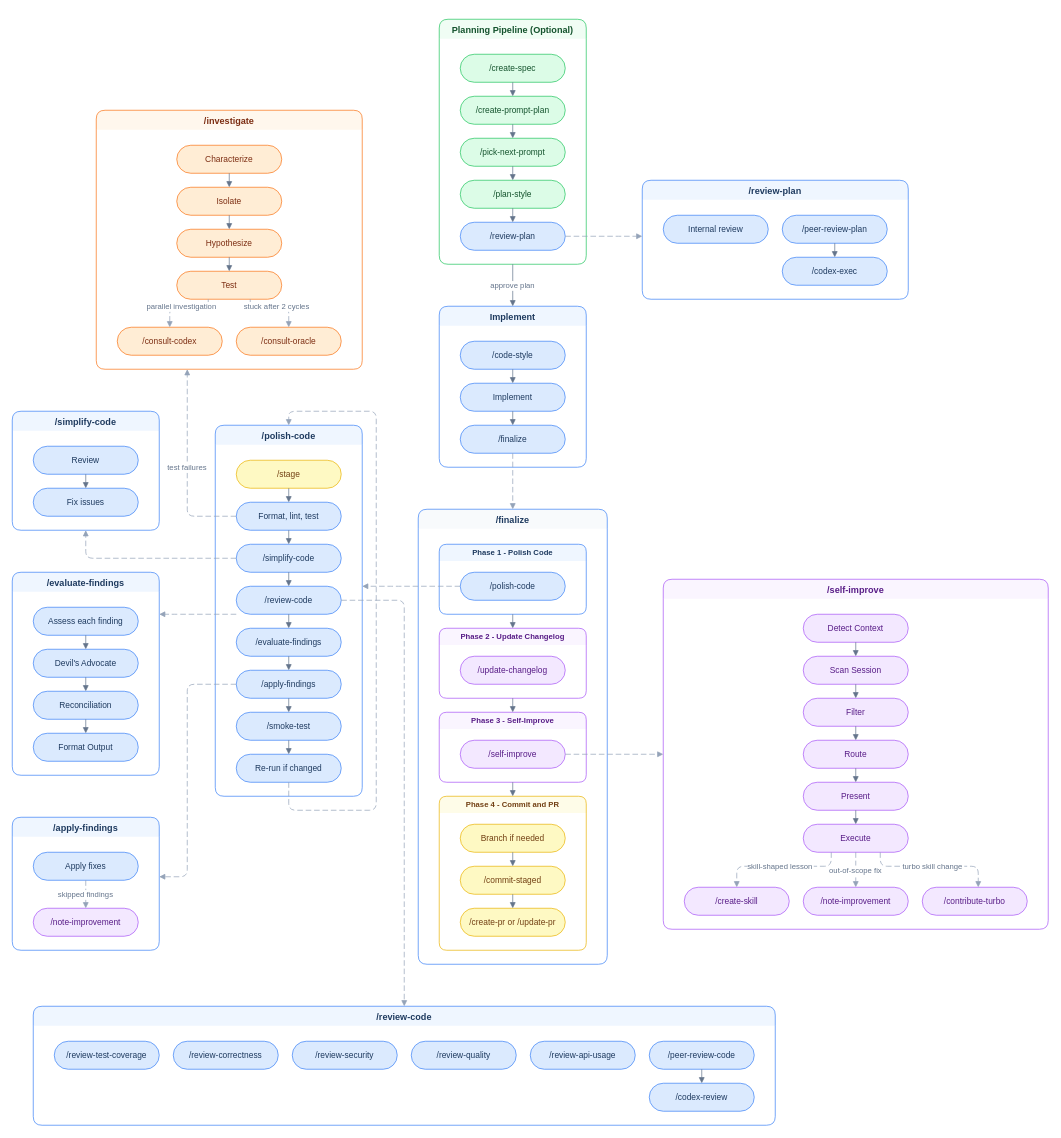
Above: assets/how-skills-connect.drawio in nathan-hayashi/turbo (draw.io), before the change. Source tidied: cells renumbered, new cells numbered last; positions are measured from the earlier drawing's top-left corner, leaving out a move shared by most shapes. Both pictures are drawn from the tidied source at 70%, with x=0, y=0 at pixel (12, 19).
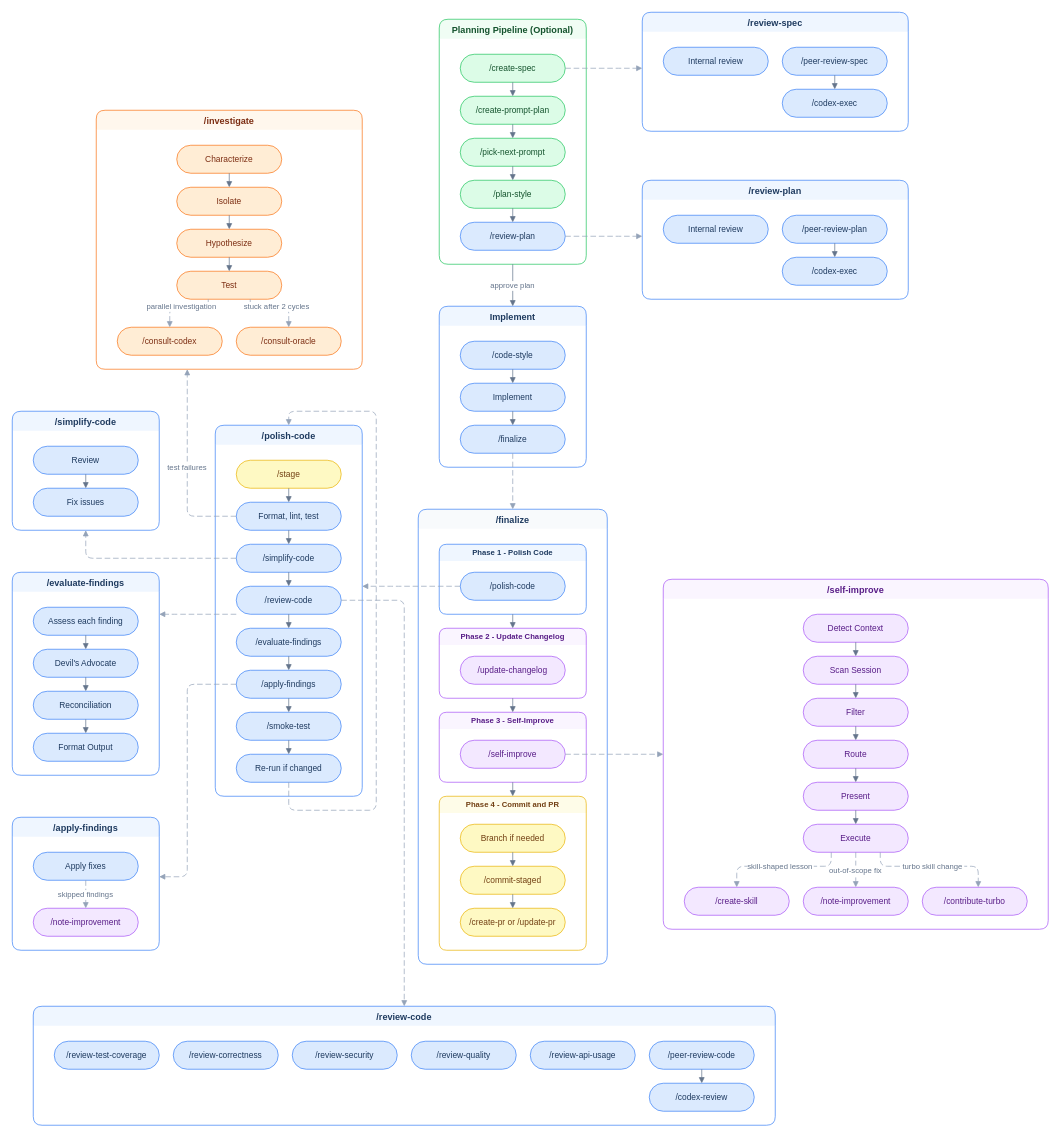
The same diagram, later.

Commit message (it also covers changes not shown here):
Add /review-spec and /peer-review-spec skills, integrate spec review into /create-spec

The change refers to these unchanged cells:
```xml
<mxCell id="3" value="/create-spec" style="rounded=1;whiteSpace=wrap;html=1;arcSize=50;fillColor=#dcfce7;strokeColor=#22c55e;fontColor=#14532d;fontSize=12;" parent="2" vertex="1">
  <mxGeometry x="30" y="50" width="150" height="40" as="geometry" />
</mxCell>
```

What changed in the source:
```diff
@@
+    <mxCell id="121" value="/review-spec" style="swimlane;startSize=28;rounded=1;fillColor=#eff6ff;strokeColor=#3b82f6;fontColor=#1e3a5f;fontStyle=1;fontSize=13;swimlaneLine=0;" parent="1" vertex="1">
+      <mxGeometry x="900" y="-10" width="380" height="170" as="geometry" />
+    </mxCell>
+    <mxCell id="122" value="Internal review" style="rounded=1;whiteSpace=wrap;html=1;arcSize=50;fillColor=#dbeafe;strokeColor=#3b82f6;fontColor=#1e3a5f;fontSize=12;" parent="121" vertex="1">
+      <mxGeometry x="30" y="50" width="150" height="40" as="geometry" />
+    </mxCell>
+    <mxCell id="123" value="/peer-review-spec" style="rounded=1;whiteSpace=wrap;html=1;arcSize=50;fillColor=#dbeafe;strokeColor=#3b82f6;fontColor=#1e3a5f;fontSize=12;" parent="121" vertex="1">
+      <mxGeometry x="200" y="50" width="150" height="40" as="geometry" />
+    </mxCell>
+    <mxCell id="124" value="/codex-exec" style="rounded=1;whiteSpace=wrap;html=1;arcSize=50;fillColor=#dbeafe;strokeColor=#3b82f6;fontColor=#1e3a5f;fontSize=12;" parent="121" vertex="1">
+      <mxGeometry x="200" y="110" width="150" height="40" as="geometry" />
+    </mxCell>
+    <mxCell id="125" style="endArrow=block;endFill=1;rounded=1;edgeStyle=orthogonalEdgeStyle;strokeColor=#64748b;" parent="121" edge="1" source="123" target="124">
+      <mxGeometry relative="1" as="geometry" />
+    </mxCell>
+    <mxCell id="126" style="dashed=1;dashPattern=8 4;endArrow=block;endFill=1;rounded=1;edgeStyle=orthogonalEdgeStyle;strokeColor=#94a3b8;fontSize=11;fontColor=#64748b;" parent="1" edge="1" source="3" target="121">
+      <mxGeometry relative="1" as="geometry">
+        <Array as="points">
+          <mxPoint x="860" y="70" />
+          <mxPoint x="860" y="70" />
+        </Array>
+      </mxGeometry>
+    </mxCell>
```
